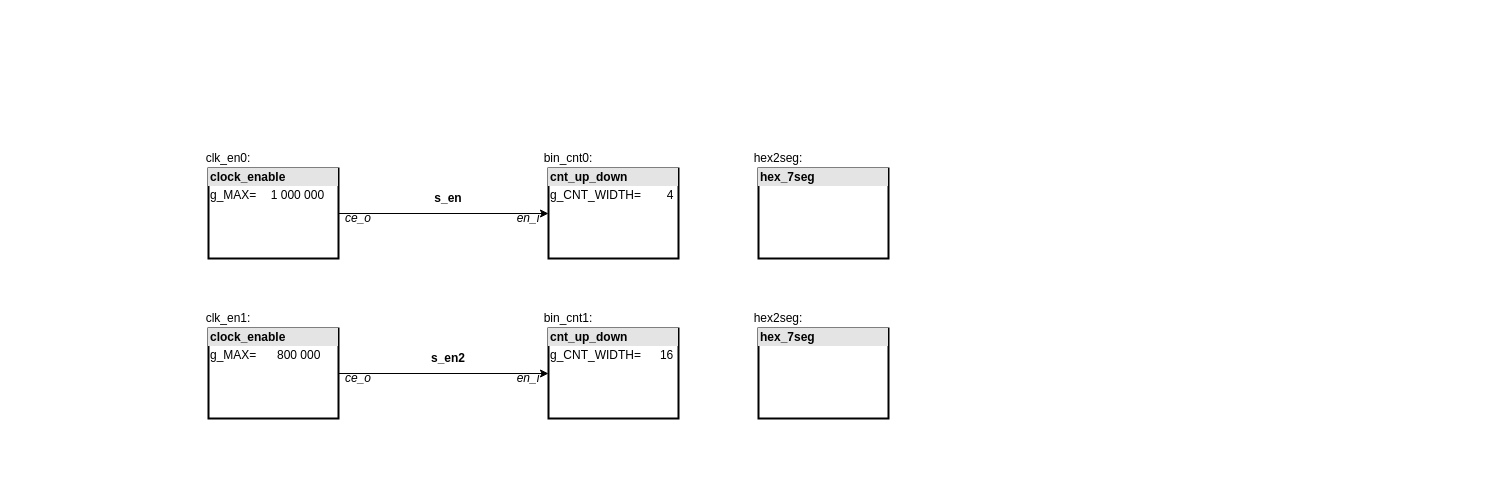
Above: LAB_05/img/Untitled Diagram.drawio in Bobik77/Digital-electronics-1 (draw.io), before the change. Source tidied: cells renumbered, new cells numbered last; positions are measured from the earlier drawing's top-left corner, leaving out a move shared by most shapes. Both pictures are drawn from the tidied source at 100%, with x=0, y=0 at pixel (208, 148).
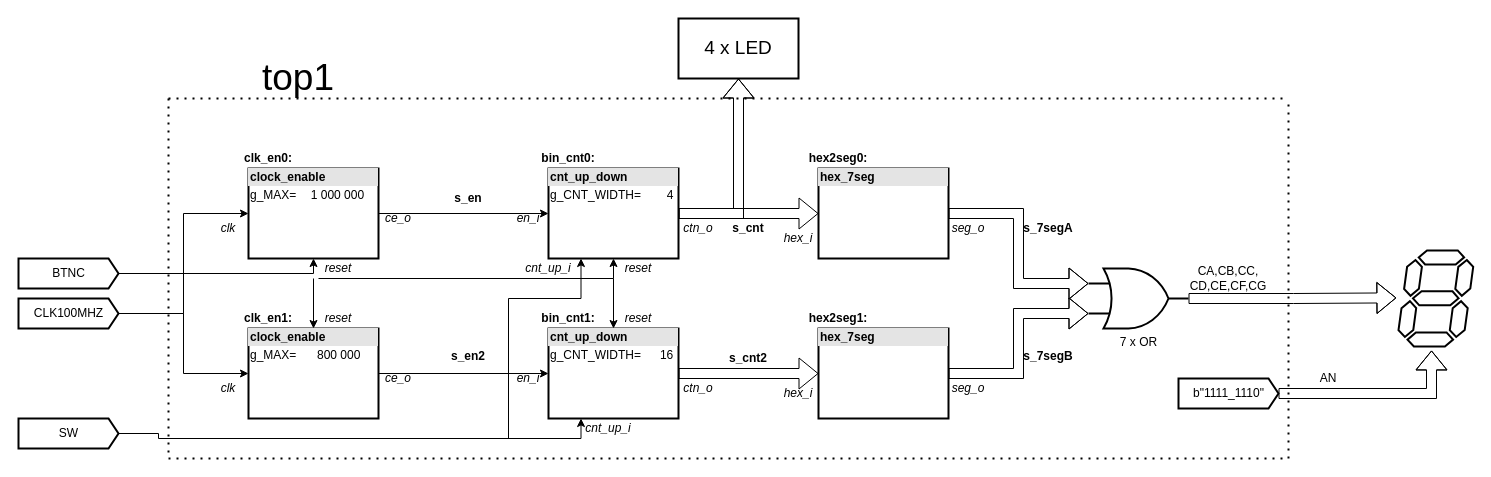
The same diagram, later.

The change refers to these unchanged cells:
```xml
<mxCell id="4" value="&lt;div style=&quot;box-sizing: border-box ; width: 100% ; background: #e4e4e4 ; padding: 2px&quot;&gt;&lt;b&gt;cnt_up_down&lt;/b&gt;&lt;/div&gt;&lt;table style=&quot;width: 100% ; font-size: 1em&quot; cellpadding=&quot;2&quot; cellspacing=&quot;0&quot;&gt;&lt;tbody&gt;&lt;tr&gt;&lt;td&gt;g_CNT_WIDTH=&lt;/td&gt;&lt;td&gt;4&lt;/td&gt;&lt;/tr&gt;&lt;tr&gt;&lt;td&gt;&lt;br&gt;&lt;/td&gt;&lt;td&gt;&lt;/td&gt;&lt;/tr&gt;&lt;tr&gt;&lt;td&gt;&lt;/td&gt;&lt;td&gt;&lt;br&gt;&lt;/td&gt;&lt;/tr&gt;&lt;/tbody&gt;&lt;/table&gt;" style="verticalAlign=top;align=left;overflow=fill;html=1;strokeWidth=2;" parent="1" vertex="1">
  <mxGeometry x="340" y="20" width="130" height="90" as="geometry" />
</mxCell>
<mxCell id="10" value="&lt;div style=&quot;box-sizing: border-box ; width: 100% ; background: #e4e4e4 ; padding: 2px&quot;&gt;&lt;b&gt;cnt_up_down&lt;/b&gt;&lt;/div&gt;&lt;table style=&quot;width: 100% ; font-size: 1em&quot; cellpadding=&quot;2&quot; cellspacing=&quot;0&quot;&gt;&lt;tbody&gt;&lt;tr&gt;&lt;td&gt;g_CNT_WIDTH=&lt;/td&gt;&lt;td&gt;16&lt;/td&gt;&lt;/tr&gt;&lt;tr&gt;&lt;td&gt;&lt;br&gt;&lt;/td&gt;&lt;td&gt;&lt;/td&gt;&lt;/tr&gt;&lt;tr&gt;&lt;td&gt;&lt;/td&gt;&lt;td&gt;&lt;br&gt;&lt;/td&gt;&lt;/tr&gt;&lt;/tbody&gt;&lt;/table&gt;" style="verticalAlign=top;align=left;overflow=fill;html=1;strokeWidth=2;" parent="1" vertex="1">
  <mxGeometry x="340" y="180" width="130" height="90" as="geometry" />
</mxCell>
```

Diff of the diagram source:
```diff
@@
+    <mxCell id="22" style="edgeStyle=orthogonalEdgeStyle;rounded=0;jettySize=auto;html=1;exitX=0;exitY=0.5;exitDx=0;exitDy=0;entryX=1;entryY=0.5;entryDx=0;entryDy=0;entryPerimeter=0;startArrow=classic;startFill=1;endArrow=none;endFill=0;" parent="1" edge="1" source="3" target="54">
+      <mxGeometry relative="1" as="geometry" />
+    </mxCell>
     <mxCell id="3" value="&lt;div style=&quot;box-sizing: border-box ; width: 100% ; background: #e4e4e4 ; padding: 2px&quot;&gt;&lt;b&gt;clock_enable&lt;/b&gt;&lt;/div&gt;&lt;table style=&quot;width: 100% ; font-size: 1em&quot; cellpadding=&quot;2&quot; cellspacing=&quot;0&quot;&gt;&lt;tbody&gt;&lt;tr&gt;&lt;td&gt;g_MAX=&lt;/td&gt;&lt;td&gt;1 000 000&lt;/td&gt;&lt;/tr&gt;&lt;tr&gt;&lt;td&gt;&lt;br&gt;&lt;/td&gt;&lt;td&gt;&lt;/td&gt;&lt;/tr&gt;&lt;tr&gt;&lt;td&gt;&lt;/td&gt;&lt;td&gt;&lt;br&gt;&lt;/td&gt;&lt;/tr&gt;&lt;/tbody&gt;&lt;/table&gt;" style="verticalAlign=top;align=left;overflow=fill;html=1;strokeWidth=2;" parent="1" vertex="1">
-      <mxGeometry y="20" width="130" height="90" as="geometry" />
+      <mxGeometry x="40" y="20" width="130" height="90" as="geometry" />
     </mxCell>
+    <mxCell id="23" style="edgeStyle=orthogonalEdgeStyle;rounded=0;jettySize=auto;html=1;exitX=1;exitY=0.5;exitDx=0;exitDy=0;shape=flexArrow;" parent="1" edge="1" source="4" target="18">
+      <mxGeometry relative="1" as="geometry" />
+    </mxCell>
+    <mxCell id="24" style="edgeStyle=orthogonalEdgeStyle;rounded=0;jettySize=auto;html=1;exitX=0.5;exitY=1;exitDx=0;exitDy=0;startArrow=classic;startFill=1;endArrow=none;endFill=0;" parent="1" edge="1" source="4">
+      <mxGeometry relative="1" as="geometry">
+        <mxPoint x="110" y="130" as="targetPoint" />
+        <Array as="points">
+          <mxPoint x="405" y="130" />
+        </Array>
+      </mxGeometry>
+    </mxCell>
+    <mxCell id="25" style="edgeStyle=orthogonalEdgeStyle;rounded=0;jettySize=auto;html=1;exitX=0.25;exitY=1;exitDx=0;exitDy=0;startArrow=classic;startFill=1;endArrow=none;endFill=0;" parent="1" edge="1" source="4">
+      <mxGeometry relative="1" as="geometry">
+        <mxPoint x="280" y="290" as="targetPoint" />
+        <Array as="points">
+          <mxPoint x="373" y="150" />
+          <mxPoint x="300" y="150" />
+          <mxPoint x="300" y="290" />
+        </Array>
+      </mxGeometry>
+    </mxCell>
@@
     <mxCell id="5" value="&lt;b&gt;s_en&lt;/b&gt;" style="text;html=1;strokeColor=none;fillColor=none;align=center;verticalAlign=middle;whiteSpace=wrap;rounded=0;" parent="1" vertex="1">
-      <mxGeometry x="220" y="40" width="40" height="20" as="geometry" />
+      <mxGeometry x="240" y="40" width="40" height="20" as="geometry" />
     </mxCell>
     <mxCell id="6" value="&lt;i&gt;ce_o&lt;/i&gt;" style="text;html=1;strokeColor=none;fillColor=none;align=center;verticalAlign=middle;whiteSpace=wrap;rounded=0;" parent="1" vertex="1">
-      <mxGeometry x="130" y="60" width="40" height="20" as="geometry" />
+      <mxGeometry x="170" y="60" width="40" height="20" as="geometry" />
     </mxCell>
@@
+    <mxCell id="26" style="edgeStyle=orthogonalEdgeStyle;rounded=0;jettySize=auto;html=1;exitX=0.5;exitY=0;exitDx=0;exitDy=0;startArrow=classic;startFill=1;endArrow=none;endFill=0;" parent="1" edge="1" source="9">
+      <mxGeometry relative="1" as="geometry">
+        <mxPoint x="105" y="130" as="targetPoint" />
+      </mxGeometry>
+    </mxCell>
+    <mxCell id="27" style="edgeStyle=orthogonalEdgeStyle;rounded=0;jettySize=auto;html=1;exitX=0;exitY=0.5;exitDx=0;exitDy=0;entryX=1;entryY=0.5;entryDx=0;entryDy=0;entryPerimeter=0;startArrow=classic;startFill=1;endArrow=none;endFill=0;" parent="1" edge="1" source="9" target="54">
+      <mxGeometry relative="1" as="geometry" />
+    </mxCell>
     <mxCell id="9" value="&lt;div style=&quot;box-sizing: border-box ; width: 100% ; background: #e4e4e4 ; padding: 2px&quot;&gt;&lt;b&gt;clock_enable&lt;/b&gt;&lt;/div&gt;&lt;table style=&quot;width: 100% ; font-size: 1em&quot; cellpadding=&quot;2&quot; cellspacing=&quot;0&quot;&gt;&lt;tbody&gt;&lt;tr&gt;&lt;td&gt;g_MAX=&lt;/td&gt;&lt;td&gt;800 000&lt;/td&gt;&lt;/tr&gt;&lt;tr&gt;&lt;td&gt;&lt;br&gt;&lt;/td&gt;&lt;td&gt;&lt;/td&gt;&lt;/tr&gt;&lt;tr&gt;&lt;td&gt;&lt;/td&gt;&lt;td&gt;&lt;br&gt;&lt;/td&gt;&lt;/tr&gt;&lt;/tbody&gt;&lt;/table&gt;" style="verticalAlign=top;align=left;overflow=fill;html=1;strokeWidth=2;" parent="1" vertex="1">
-      <mxGeometry y="180" width="130" height="90" as="geometry" />
+      <mxGeometry x="40" y="180" width="130" height="90" as="geometry" />
     </mxCell>
+    <mxCell id="28" style="edgeStyle=orthogonalEdgeStyle;rounded=0;jettySize=auto;html=1;entryX=0;entryY=0.5;entryDx=0;entryDy=0;shape=flexArrow;" parent="1" edge="1" source="10" target="20">
+      <mxGeometry relative="1" as="geometry" />
+    </mxCell>
+    <mxCell id="29" style="edgeStyle=orthogonalEdgeStyle;rounded=0;jettySize=auto;html=1;exitX=0.5;exitY=0;exitDx=0;exitDy=0;startArrow=classic;startFill=1;endArrow=none;endFill=0;" parent="1" edge="1" source="10">
+      <mxGeometry relative="1" as="geometry">
+        <mxPoint x="405" y="130" as="targetPoint" />
+      </mxGeometry>
+    </mxCell>
+    <mxCell id="30" style="edgeStyle=orthogonalEdgeStyle;rounded=0;jettySize=auto;html=1;exitX=0.25;exitY=1;exitDx=0;exitDy=0;entryX=1;entryY=0.5;entryDx=0;entryDy=0;entryPerimeter=0;startArrow=classic;startFill=1;endArrow=none;endFill=0;" parent="1" edge="1" source="10" target="55">
+      <mxGeometry relative="1" as="geometry">
+        <Array as="points">
+          <mxPoint x="373" y="290" />
+          <mxPoint x="-50" y="290" />
+          <mxPoint x="-50" y="285" />
+        </Array>
+      </mxGeometry>
+    </mxCell>
@@
     <mxCell id="11" value="&lt;b&gt;s_en2&lt;/b&gt;" style="text;html=1;strokeColor=none;fillColor=none;align=center;verticalAlign=middle;whiteSpace=wrap;rounded=0;" parent="1" vertex="1">
-      <mxGeometry x="220" y="200" width="40" height="20" as="geometry" />
+      <mxGeometry x="240" y="198.1" width="40" height="20" as="geometry" />
     </mxCell>
     <mxCell id="12" value="&lt;i&gt;ce_o&lt;/i&gt;" style="text;html=1;strokeColor=none;fillColor=none;align=center;verticalAlign=middle;whiteSpace=wrap;rounded=0;" parent="1" vertex="1">
-      <mxGeometry x="130" y="220" width="40" height="20" as="geometry" />
+      <mxGeometry x="170" y="220" width="40" height="20" as="geometry" />
     </mxCell>
@@
-    <mxCell id="14" value="clk_en0:" style="text;html=1;strokeColor=none;fillColor=none;align=center;verticalAlign=middle;whiteSpace=wrap;rounded=0;" parent="1" vertex="1">
-      <mxGeometry width="40" height="20" as="geometry" />
+    <mxCell id="14" value="&lt;b&gt;clk_en0:&lt;/b&gt;" style="text;html=1;strokeColor=none;fillColor=none;align=center;verticalAlign=middle;whiteSpace=wrap;rounded=0;" parent="1" vertex="1">
+      <mxGeometry x="40" width="40" height="20" as="geometry" />
     </mxCell>
-    <mxCell id="15" value="clk_en1:" style="text;html=1;strokeColor=none;fillColor=none;align=center;verticalAlign=middle;whiteSpace=wrap;rounded=0;" parent="1" vertex="1">
-      <mxGeometry y="160" width="40" height="20" as="geometry" />
+    <mxCell id="15" value="&lt;b&gt;clk_en1:&lt;/b&gt;" style="text;html=1;strokeColor=none;fillColor=none;align=center;verticalAlign=middle;whiteSpace=wrap;rounded=0;" parent="1" vertex="1">
+      <mxGeometry x="40" y="160" width="40" height="20" as="geometry" />
     </mxCell>
-    <mxCell id="16" value="bin_cnt1:" style="text;html=1;strokeColor=none;fillColor=none;align=center;verticalAlign=middle;whiteSpace=wrap;rounded=0;" parent="1" vertex="1">
+    <mxCell id="16" value="&lt;b&gt;bin_cnt1:&lt;/b&gt;" style="text;html=1;strokeColor=none;fillColor=none;align=center;verticalAlign=middle;whiteSpace=wrap;rounded=0;" parent="1" vertex="1">
       <mxGeometry x="340" y="160" width="40" height="20" as="geometry" />
     </mxCell>
-    <mxCell id="17" value="bin_cnt0:" style="text;html=1;strokeColor=none;fillColor=none;align=center;verticalAlign=middle;whiteSpace=wrap;rounded=0;" parent="1" vertex="1">
+    <mxCell id="17" value="&lt;b&gt;bin_cnt0:&lt;/b&gt;" style="text;html=1;strokeColor=none;fillColor=none;align=center;verticalAlign=middle;whiteSpace=wrap;rounded=0;" parent="1" vertex="1">
       <mxGeometry x="340" width="40" height="20" as="geometry" />
     </mxCell>
+    <mxCell id="31" style="edgeStyle=orthogonalEdgeStyle;rounded=0;jettySize=auto;html=1;entryX=0;entryY=0.25;entryDx=0;entryDy=0;entryPerimeter=0;shape=flexArrow;" parent="1" edge="1" source="18" target="40">
+      <mxGeometry relative="1" as="geometry" />
+    </mxCell>
     <mxCell id="18" value="&lt;div style=&quot;box-sizing: border-box ; width: 100% ; background: #e4e4e4 ; padding: 2px&quot;&gt;&lt;b&gt;hex_7seg&lt;/b&gt;&lt;/div&gt;&lt;table style=&quot;width: 100% ; font-size: 1em&quot; cellpadding=&quot;2&quot; cellspacing=&quot;0&quot;&gt;&lt;tbody&gt;&lt;tr&gt;&lt;td&gt;&lt;br&gt;&lt;/td&gt;&lt;td&gt;&lt;br&gt;&lt;/td&gt;&lt;/tr&gt;&lt;tr&gt;&lt;td&gt;&lt;br&gt;&lt;/td&gt;&lt;td&gt;&lt;/td&gt;&lt;/tr&gt;&lt;tr&gt;&lt;td&gt;&lt;/td&gt;&lt;td&gt;&lt;br&gt;&lt;/td&gt;&lt;/tr&gt;&lt;/tbody&gt;&lt;/table&gt;" style="verticalAlign=top;align=left;overflow=fill;html=1;strokeWidth=2;" parent="1" vertex="1">
-      <mxGeometry x="550" y="20" width="130" height="90" as="geometry" />
+      <mxGeometry x="610" y="20" width="130" height="90" as="geometry" />
     </mxCell>
-    <mxCell id="19" value="hex2seg:" style="text;html=1;strokeColor=none;fillColor=none;align=center;verticalAlign=middle;whiteSpace=wrap;rounded=0;" parent="1" vertex="1">
-      <mxGeometry x="550" width="40" height="20" as="geometry" />
+    <mxCell id="19" value="&lt;b&gt;hex2seg0:&lt;/b&gt;" style="text;html=1;strokeColor=none;fillColor=none;align=center;verticalAlign=middle;whiteSpace=wrap;rounded=0;" parent="1" vertex="1">
+      <mxGeometry x="610" width="40" height="20" as="geometry" />
     </mxCell>
+    <mxCell id="32" style="edgeStyle=orthogonalEdgeStyle;rounded=0;jettySize=auto;html=1;entryX=0;entryY=0.75;entryDx=0;entryDy=0;entryPerimeter=0;shape=flexArrow;" parent="1" edge="1" source="20" target="40">
+      <mxGeometry relative="1" as="geometry" />
+    </mxCell>
     <mxCell id="20" value="&lt;div style=&quot;box-sizing: border-box ; width: 100% ; background: #e4e4e4 ; padding: 2px&quot;&gt;&lt;b&gt;hex_7seg&lt;/b&gt;&lt;/div&gt;&lt;table style=&quot;width: 100% ; font-size: 1em&quot; cellpadding=&quot;2&quot; cellspacing=&quot;0&quot;&gt;&lt;tbody&gt;&lt;tr&gt;&lt;td&gt;&lt;br&gt;&lt;/td&gt;&lt;td&gt;&lt;br&gt;&lt;/td&gt;&lt;/tr&gt;&lt;tr&gt;&lt;td&gt;&lt;br&gt;&lt;/td&gt;&lt;td&gt;&lt;/td&gt;&lt;/tr&gt;&lt;tr&gt;&lt;td&gt;&lt;/td&gt;&lt;td&gt;&lt;br&gt;&lt;/td&gt;&lt;/tr&gt;&lt;/tbody&gt;&lt;/table&gt;" style="verticalAlign=top;align=left;overflow=fill;html=1;strokeWidth=2;" parent="1" vertex="1">
-      <mxGeometry x="550" y="180" width="130" height="90" as="geometry" />
+      <mxGeometry x="610" y="180" width="130" height="90" as="geometry" />
     </mxCell>
-    <mxCell id="21" value="hex2seg:" style="text;html=1;strokeColor=none;fillColor=none;align=center;verticalAlign=middle;whiteSpace=wrap;rounded=0;" parent="1" vertex="1">
-      <mxGeometry x="550" y="160" width="40" height="20" as="geometry" />
+    <mxCell id="21" value="&lt;b&gt;hex2seg1:&lt;/b&gt;" style="text;html=1;strokeColor=none;fillColor=none;align=center;verticalAlign=middle;whiteSpace=wrap;rounded=0;" parent="1" vertex="1">
+      <mxGeometry x="610" y="160" width="40" height="20" as="geometry" />
     </mxCell>
+    <mxCell id="33" value="&lt;b&gt;s_cnt&lt;/b&gt;" style="text;html=1;strokeColor=none;fillColor=none;align=center;verticalAlign=middle;whiteSpace=wrap;rounded=0;" parent="1" vertex="1">
+      <mxGeometry x="520" y="70" width="40" height="20" as="geometry" />
+    </mxCell>
+    <mxCell id="34" value="&lt;i&gt;ctn_o&lt;/i&gt;" style="text;html=1;strokeColor=none;fillColor=none;align=center;verticalAlign=middle;whiteSpace=wrap;rounded=0;" parent="1" vertex="1">
+      <mxGeometry x="470" y="70" width="40" height="20" as="geometry" />
+    </mxCell>
+    <mxCell id="35" value="&lt;i&gt;hex_i&lt;/i&gt;" style="text;html=1;strokeColor=none;fillColor=none;align=center;verticalAlign=middle;whiteSpace=wrap;rounded=0;" parent="1" vertex="1">
+      <mxGeometry x="570" y="235" width="40" height="20" as="geometry" />
+    </mxCell>
+    <mxCell id="36" value="&lt;i&gt;ctn_o&lt;/i&gt;" style="text;html=1;strokeColor=none;fillColor=none;align=center;verticalAlign=middle;whiteSpace=wrap;rounded=0;" parent="1" vertex="1">
+      <mxGeometry x="470" y="230" width="40" height="20" as="geometry" />
+    </mxCell>
+    <mxCell id="37" value="&lt;i&gt;hex_i&lt;/i&gt;" style="text;html=1;strokeColor=none;fillColor=none;align=center;verticalAlign=middle;whiteSpace=wrap;rounded=0;" parent="1" vertex="1">
+      <mxGeometry x="570" y="80" width="40" height="20" as="geometry" />
+    </mxCell>
+    <mxCell id="38" value="&lt;b&gt;s_cnt2&lt;/b&gt;" style="text;html=1;strokeColor=none;fillColor=none;align=center;verticalAlign=middle;whiteSpace=wrap;rounded=0;" parent="1" vertex="1">
+      <mxGeometry x="520" y="200" width="40" height="20" as="geometry" />
+    </mxCell>
+    <mxCell id="39" style="edgeStyle=orthogonalEdgeStyle;rounded=0;jettySize=auto;html=1;exitX=1;exitY=0.5;exitDx=0;exitDy=0;exitPerimeter=0;entryX=-0.028;entryY=0.494;entryDx=0;entryDy=0;entryPerimeter=0;shape=flexArrow;" parent="1" edge="1" source="40" target="41">
+      <mxGeometry relative="1" as="geometry" />
+    </mxCell>
+    <mxCell id="40" value="7 x OR" style="verticalLabelPosition=bottom;shadow=0;dashed=0;align=center;html=1;verticalAlign=top;shape=mxgraph.electrical.logic_gates.logic_gate;operation=or;strokeWidth=2;" parent="1" vertex="1">
+      <mxGeometry x="880" y="120" width="100" height="60" as="geometry" />
+    </mxCell>
+    <mxCell id="41" style="verticalLabelPosition=bottom;shadow=0;dashed=0;align=center;html=1;verticalAlign=top;shape=mxgraph.electrical.opto_electronics.7_segment_display;strokeWidth=2;" parent="1" vertex="1">
+      <mxGeometry x="1190" y="101.9" width="74.7" height="96.1" as="geometry" />
+    </mxCell>
+    <mxCell id="42" value="&lt;b&gt;s_7segA&lt;br&gt;&lt;/b&gt;" style="text;html=1;strokeColor=none;fillColor=none;align=center;verticalAlign=middle;whiteSpace=wrap;rounded=0;" parent="1" vertex="1">
+      <mxGeometry x="820" y="70" width="40" height="20" as="geometry" />
+    </mxCell>
+    <mxCell id="43" value="&lt;b&gt;s_7segB&lt;/b&gt;" style="text;html=1;strokeColor=none;fillColor=none;align=center;verticalAlign=middle;whiteSpace=wrap;rounded=0;" parent="1" vertex="1">
+      <mxGeometry x="820" y="198.1" width="40" height="20" as="geometry" />
+    </mxCell>
+    <mxCell id="44" value="&lt;i&gt;seg_o&lt;/i&gt;" style="text;html=1;strokeColor=none;fillColor=none;align=center;verticalAlign=middle;whiteSpace=wrap;rounded=0;" parent="1" vertex="1">
+      <mxGeometry x="740" y="70" width="40" height="20" as="geometry" />
+    </mxCell>
+    <mxCell id="45" value="&lt;i&gt;seg_o&lt;/i&gt;" style="text;html=1;strokeColor=none;fillColor=none;align=center;verticalAlign=middle;whiteSpace=wrap;rounded=0;" parent="1" vertex="1">
+      <mxGeometry x="740" y="230" width="40" height="20" as="geometry" />
+    </mxCell>
+    <mxCell id="46" value="CA,CB,CC,&lt;br&gt;CD,CE,CF,CG" style="text;html=1;strokeColor=none;fillColor=none;align=center;verticalAlign=middle;whiteSpace=wrap;rounded=0;" parent="1" vertex="1">
+      <mxGeometry x="1000" y="120" width="40" height="20" as="geometry" />
+    </mxCell>
+    <mxCell id="47" style="endArrow=none;dashed=1;html=1;dashPattern=1 3;strokeWidth=2;" parent="1" edge="1">
+      <mxGeometry relative="1" as="geometry">
+        <mxPoint x="-40" y="-50" as="sourcePoint" />
+        <mxPoint x="1080" y="-50" as="targetPoint" />
+      </mxGeometry>
+    </mxCell>
+    <mxCell id="48" style="endArrow=none;dashed=1;html=1;dashPattern=1 3;strokeWidth=2;" parent="1" edge="1">
+      <mxGeometry relative="1" as="geometry">
+        <mxPoint x="-40" y="-50" as="sourcePoint" />
+        <mxPoint x="-40" y="310" as="targetPoint" />
+      </mxGeometry>
+    </mxCell>
+    <mxCell id="49" style="endArrow=none;dashed=1;html=1;dashPattern=1 3;strokeWidth=2;" parent="1" edge="1">
+      <mxGeometry relative="1" as="geometry">
+        <mxPoint x="-40" y="310" as="sourcePoint" />
+        <mxPoint x="1080" y="310" as="targetPoint" />
+      </mxGeometry>
+    </mxCell>
+    <mxCell id="50" style="endArrow=none;dashed=1;html=1;dashPattern=1 3;strokeWidth=2;" parent="1" edge="1">
+      <mxGeometry relative="1" as="geometry">
+        <mxPoint x="1080" y="310" as="sourcePoint" />
+        <mxPoint x="1080" y="-50" as="targetPoint" />
+      </mxGeometry>
+    </mxCell>
+    <mxCell id="51" value="&lt;font style=&quot;font-size: 37px&quot;&gt;top1&lt;/font&gt;" style="text;html=1;strokeColor=none;fillColor=none;align=center;verticalAlign=middle;whiteSpace=wrap;rounded=0;" parent="1" vertex="1">
+      <mxGeometry x="70" y="-80" width="40" height="20" as="geometry" />
+    </mxCell>
+    <mxCell id="52" style="edgeStyle=orthogonalEdgeStyle;rounded=0;jettySize=auto;html=1;exitX=1;exitY=0.5;exitDx=0;exitDy=0;exitPerimeter=0;entryX=0.5;entryY=1;entryDx=0;entryDy=0;" parent="1" edge="1" source="53" target="3">
+      <mxGeometry relative="1" as="geometry">
+        <Array as="points">
+          <mxPoint x="105" y="125" />
+        </Array>
+      </mxGeometry>
+    </mxCell>
+    <mxCell id="53" value="BTNC" style="html=1;shadow=0;dashed=0;align=center;verticalAlign=middle;shape=mxgraph.arrows2.arrow;dy=0;dx=10;notch=0;strokeWidth=2;" parent="1" vertex="1">
+      <mxGeometry x="-190" y="110" width="100" height="30" as="geometry" />
+    </mxCell>
+    <mxCell id="54" value="CLK100MHZ" style="html=1;shadow=0;dashed=0;align=center;verticalAlign=middle;shape=mxgraph.arrows2.arrow;dy=0;dx=10;notch=0;strokeWidth=2;" parent="1" vertex="1">
+      <mxGeometry x="-190" y="150" width="100" height="30" as="geometry" />
+    </mxCell>
+    <mxCell id="55" value="SW" style="html=1;shadow=0;dashed=0;align=center;verticalAlign=middle;shape=mxgraph.arrows2.arrow;dy=0;dx=10;notch=0;strokeWidth=2;" parent="1" vertex="1">
+      <mxGeometry x="-190" y="270" width="100" height="30" as="geometry" />
+    </mxCell>
+    <mxCell id="56" value="&lt;i&gt;cnt_up_i&lt;/i&gt;" style="text;html=1;strokeColor=none;fillColor=none;align=center;verticalAlign=middle;whiteSpace=wrap;rounded=0;" parent="1" vertex="1">
+      <mxGeometry x="320" y="110" width="40" height="20" as="geometry" />
+    </mxCell>
+    <mxCell id="57" value="&lt;i&gt;reset&lt;br&gt;&lt;/i&gt;" style="text;html=1;strokeColor=none;fillColor=none;align=center;verticalAlign=middle;whiteSpace=wrap;rounded=0;" parent="1" vertex="1">
+      <mxGeometry x="410" y="110" width="40" height="20" as="geometry" />
+    </mxCell>
+    <mxCell id="58" value="&lt;i&gt;reset&lt;br&gt;&lt;/i&gt;" style="text;html=1;strokeColor=none;fillColor=none;align=center;verticalAlign=middle;whiteSpace=wrap;rounded=0;" parent="1" vertex="1">
+      <mxGeometry x="410" y="160" width="40" height="20" as="geometry" />
+    </mxCell>
+    <mxCell id="59" value="&lt;i&gt;cnt_up_i&lt;/i&gt;" style="text;html=1;strokeColor=none;fillColor=none;align=center;verticalAlign=middle;whiteSpace=wrap;rounded=0;" parent="1" vertex="1">
+      <mxGeometry x="380" y="270" width="40" height="20" as="geometry" />
+    </mxCell>
+    <mxCell id="60" value="&lt;i&gt;reset&lt;/i&gt;" style="text;html=1;strokeColor=none;fillColor=none;align=center;verticalAlign=middle;whiteSpace=wrap;rounded=0;" parent="1" vertex="1">
+      <mxGeometry x="110" y="160" width="40" height="20" as="geometry" />
+    </mxCell>
+    <mxCell id="61" value="&lt;i&gt;reset&lt;/i&gt;" style="text;html=1;strokeColor=none;fillColor=none;align=center;verticalAlign=middle;whiteSpace=wrap;rounded=0;" parent="1" vertex="1">
+      <mxGeometry x="110" y="110" width="40" height="20" as="geometry" />
+    </mxCell>
+    <mxCell id="62" style="edgeStyle=orthogonalEdgeStyle;rounded=0;jettySize=auto;html=1;entryX=0.442;entryY=1.041;entryDx=0;entryDy=0;entryPerimeter=0;startArrow=none;startFill=0;endArrow=classic;endFill=1;shape=flexArrow;" parent="1" edge="1" source="63" target="41">
+      <mxGeometry relative="1" as="geometry" />
+    </mxCell>
+    <mxCell id="63" value="b&quot;1111_1110&quot;" style="html=1;shadow=0;dashed=0;align=center;verticalAlign=middle;shape=mxgraph.arrows2.arrow;dy=0;dx=10;notch=0;strokeWidth=2;" parent="1" vertex="1">
+      <mxGeometry x="970" y="230" width="100" height="30" as="geometry" />
+    </mxCell>
+    <mxCell id="64" value="AN" style="text;html=1;strokeColor=none;fillColor=none;align=center;verticalAlign=middle;whiteSpace=wrap;rounded=0;" parent="1" vertex="1">
+      <mxGeometry x="1100" y="220" width="40" height="20" as="geometry" />
+    </mxCell>
+    <mxCell id="65" style="edgeStyle=orthogonalEdgeStyle;shape=flexArrow;rounded=0;jettySize=auto;html=1;exitX=0.5;exitY=1;exitDx=0;exitDy=0;entryX=1;entryY=0.5;entryDx=0;entryDy=0;startArrow=block;startFill=0;endArrow=none;endFill=0;" parent="1" edge="1" source="66" target="4">
+      <mxGeometry relative="1" as="geometry" />
+    </mxCell>
+    <mxCell id="66" value="&lt;font style=&quot;font-size: 19px&quot;&gt;4 x LED&lt;/font&gt;" style="rounded=0;whiteSpace=wrap;html=1;strokeWidth=2;" parent="1" vertex="1">
+      <mxGeometry x="470" y="-130" width="120" height="60" as="geometry" />
+    </mxCell>
+    <mxCell id="67" value="&lt;i&gt;clk&lt;/i&gt;" style="text;html=1;strokeColor=none;fillColor=none;align=center;verticalAlign=middle;whiteSpace=wrap;rounded=0;" parent="1" vertex="1">
+      <mxGeometry y="70" width="40" height="20" as="geometry" />
+    </mxCell>
+    <mxCell id="68" value="&lt;i&gt;clk&lt;br&gt;&lt;/i&gt;" style="text;html=1;strokeColor=none;fillColor=none;align=center;verticalAlign=middle;whiteSpace=wrap;rounded=0;" parent="1" vertex="1">
+      <mxGeometry y="230" width="40" height="20" as="geometry" />
+    </mxCell>
```
